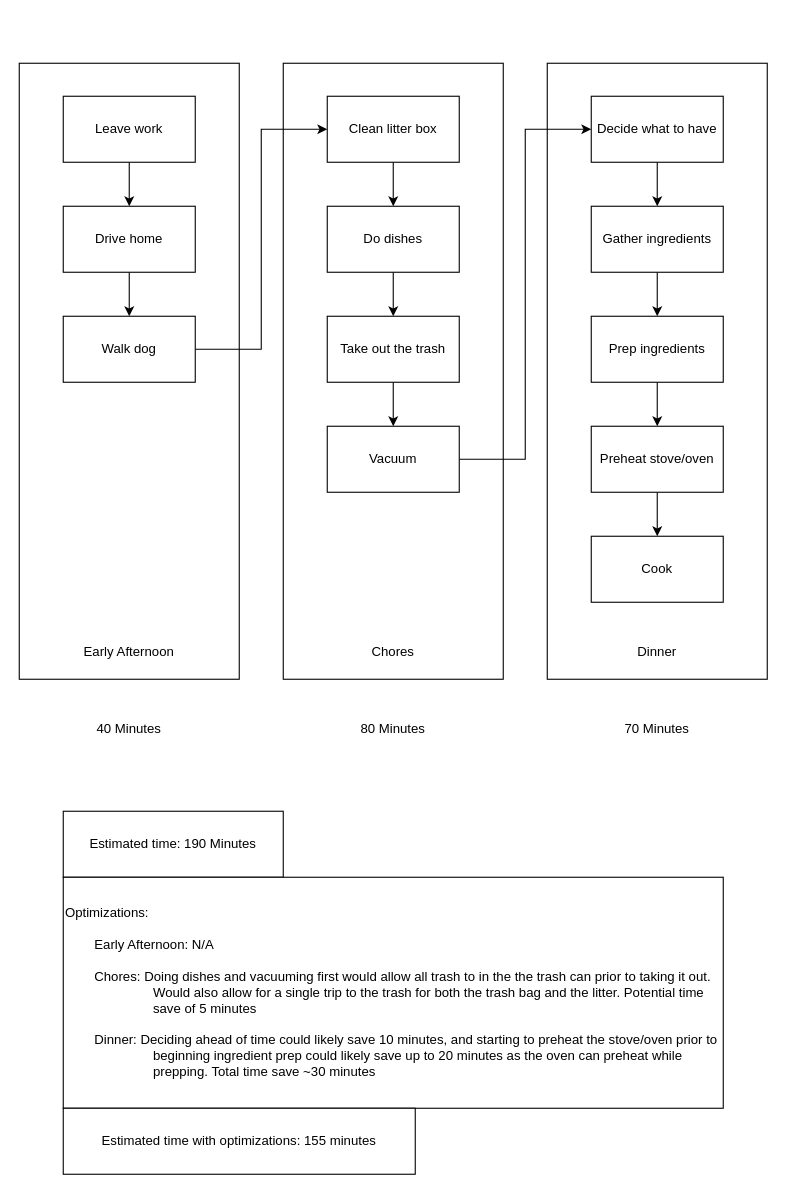
Before: module-5/Murray_5_2.drawio in GreihMurray/csd-380, a draw.io diagram. Source tidied: cells renumbered, new cells numbered last; positions are measured from the earlier drawing's top-left corner, leaving out a move shared by most shapes. Both pictures are drawn from the tidied source at 110%, with x=0, y=0 at pixel (19, 63).
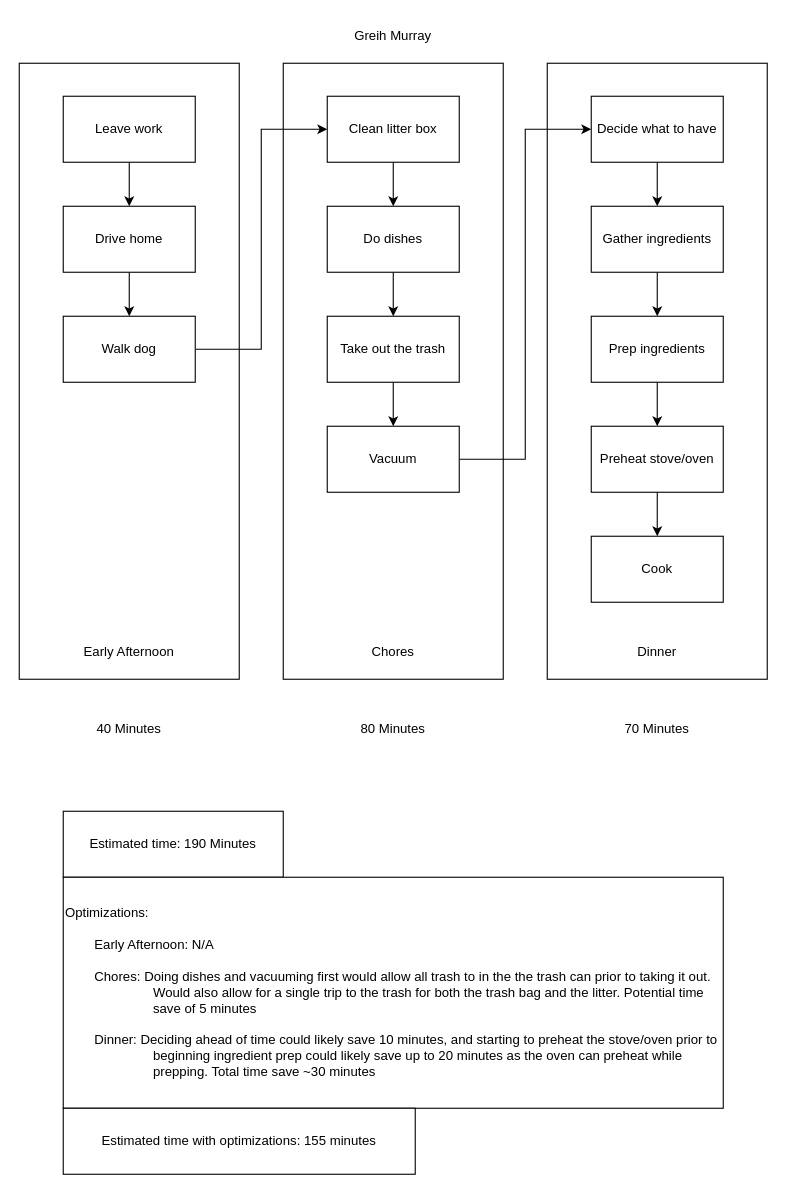
The same diagram, later.

Change to the diagram source:
```diff
@@
+    <mxCell id="37" value="Greih Murray" style="text;html=1;align=center;verticalAlign=middle;whiteSpace=wrap;rounded=0;" parent="1" vertex="1">
+      <mxGeometry x="295" y="-40" width="90" height="30" as="geometry" />
+    </mxCell>
```
